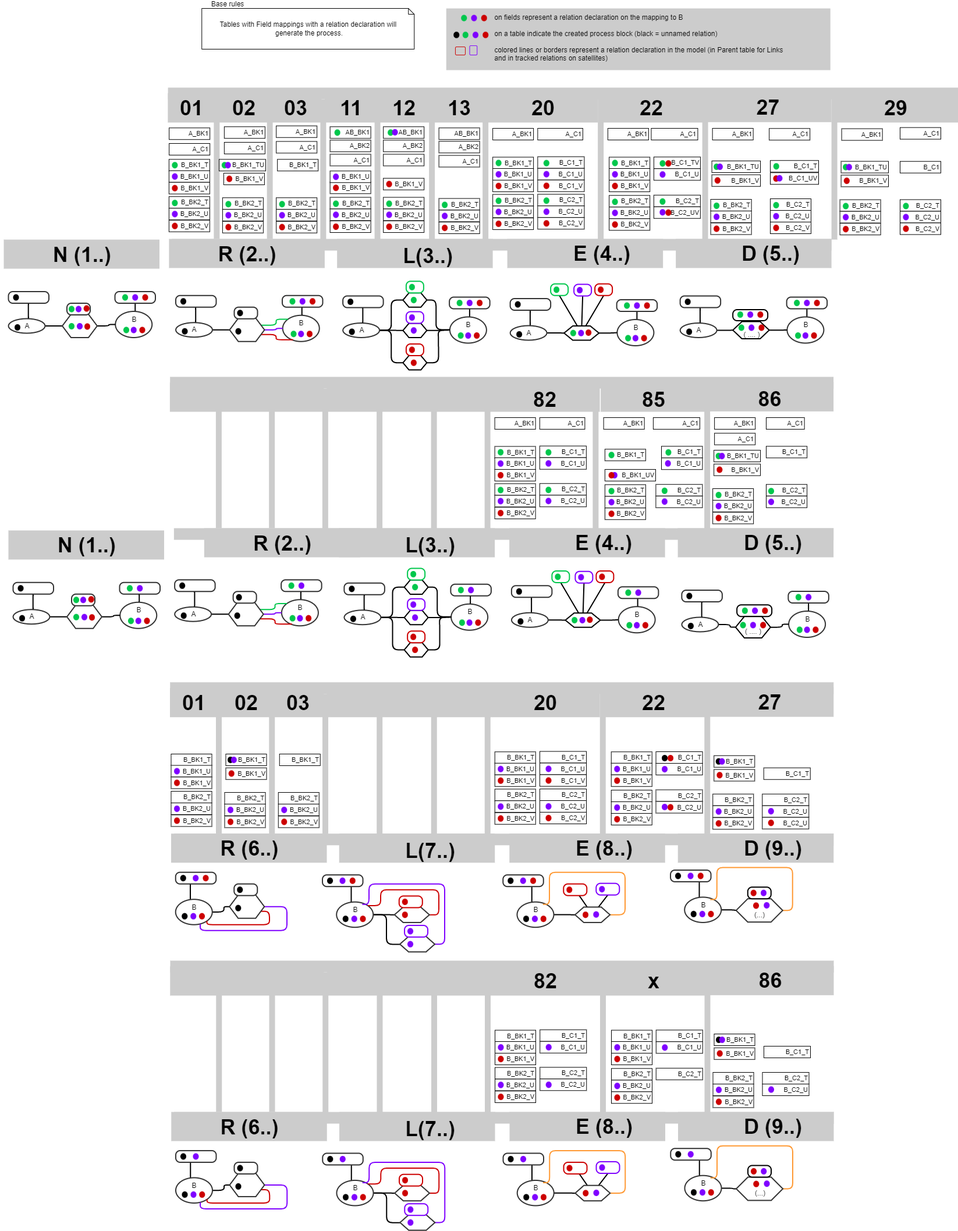
cimt-ag/data_vault_pipelinedescription keeps this draw.io diagram as documentation/images/relation_process_generation_scenarios.drawio.png. Above is the earlier version. Source tidied: cells renumbered, new cells last; positions are measured from the earlier drawing's top-left corner, leaving out a move shared by most shapes.
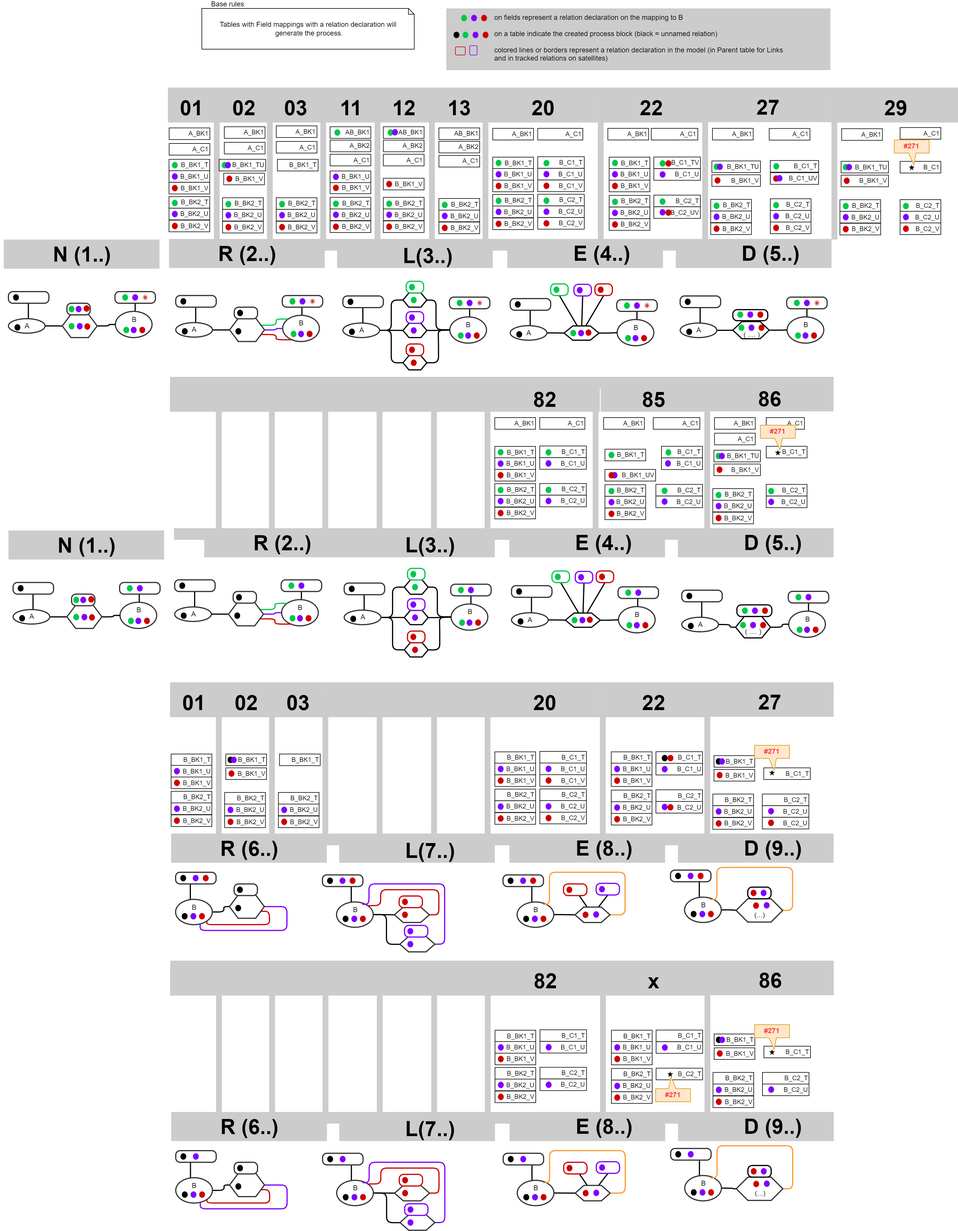
The same file after the commit.

Commit message:
Adapted test scenarios to changed concept

Diff of the diagram source:
```diff
@@ -160,7 +160,7 @@
     <mxCell id="49" style="ellipse;whiteSpace=wrap;html=1;strokeColor=none;fillColor=#cc0000;" parent="1" vertex="1">
       <mxGeometry x="233" y="561" width="10" height="11" as="geometry" />
     </mxCell>
-    <mxCell id="50" style="ellipse;whiteSpace=wrap;html=1;strokeColor=none;fillColor=#cc0000;" parent="1" vertex="1">
+    <mxCell id="50" style="ellipse;whiteSpace=wrap;html=1;strokeColor=none;fillColor=#cc0000;fillStyle=auto;gradientColor=#FCFCFC;gradientDirection=radial;" parent="1" vertex="1">
       <mxGeometry x="238" y="505" width="10" height="11" as="geometry" />
     </mxCell>
     <mxCell id="51" style="ellipse;whiteSpace=wrap;html=1;strokeColor=none;fillColor=#cc0000;fontSize=11;" parent="1" vertex="1">
@@ -251,7 +251,7 @@
     <mxCell id="73" style="ellipse;whiteSpace=wrap;html=1;strokeColor=none;fillColor=#cc0000;" parent="1" vertex="1">
       <mxGeometry x="807.6" y="570.5" width="10" height="11" as="geometry" />
     </mxCell>
-    <mxCell id="74" style="ellipse;whiteSpace=wrap;html=1;strokeColor=none;fillColor=#cc0000;" parent="1" vertex="1">
+    <mxCell id="74" style="ellipse;whiteSpace=wrap;html=1;strokeColor=none;fillColor=#cc0000;fillStyle=auto;gradientColor=#FCFCFC;gradientDirection=radial;" parent="1" vertex="1">
       <mxGeometry x="812.6" y="514.5" width="10" height="11" as="geometry" />
     </mxCell>
     <mxCell id="75" value="&lt;div style=&quot;width: 93.0px;height:auto;word-break: break-word;&quot;&gt;&lt;div align=&quot;center&quot;&gt;&lt;br&gt;&lt;/div&gt;&lt;/div&gt;" style="shape=rect;rounded=1;arcSize=15;absoluteArcSize=1;shadow=0;strokeWidth=2;fillColor=#FFFFFF;strokeColor=#00c74c;opacity=100.0;html=1;nl2Br=0;verticalAlign=middle;align=center;spacingLeft=2.0;spacingRight=0;whiteSpace=wrap;gliffyId=15;" parent="1" vertex="1">
@@ -376,7 +376,7 @@
     <mxCell id="110" style="ellipse;whiteSpace=wrap;html=1;strokeColor=none;fillColor=#cc0000;" parent="1" vertex="1">
       <mxGeometry x="1095.1" y="575" width="10" height="11" as="geometry" />
     </mxCell>
-    <mxCell id="111" style="ellipse;whiteSpace=wrap;html=1;strokeColor=none;fillColor=#cc0000;" parent="1" vertex="1">
+    <mxCell id="111" style="ellipse;whiteSpace=wrap;html=1;strokeColor=none;fillColor=#cc0000;fillStyle=auto;gradientColor=#FCFCFC;gradientDirection=radial;" parent="1" vertex="1">
       <mxGeometry x="1100.1" y="519" width="10" height="11" as="geometry" />
     </mxCell>
     <mxCell id="112" value="&lt;div style=&quot;width: 93.0px;height:auto;word-break: break-word;&quot;&gt;&lt;div align=&quot;center&quot;&gt;&lt;br&gt;&lt;/div&gt;&lt;/div&gt;" style="shape=rect;rounded=1;arcSize=15;absoluteArcSize=1;shadow=0;strokeWidth=2;fillColor=#FFFFFF;strokeColor=#00c74c;opacity=100.0;html=1;nl2Br=0;verticalAlign=middle;align=center;spacingLeft=2.0;spacingRight=0;whiteSpace=wrap;gliffyId=15;" parent="1" vertex="1">
@@ -465,7 +465,7 @@
     <mxCell id="135" style="ellipse;whiteSpace=wrap;html=1;strokeColor=none;fillColor=#cc0000;" parent="1" vertex="1">
       <mxGeometry x="1387.1" y="570.5" width="10" height="11" as="geometry" />
     </mxCell>
-    <mxCell id="136" style="ellipse;whiteSpace=wrap;html=1;strokeColor=none;fillColor=#cc0000;" parent="1" vertex="1">
+    <mxCell id="136" style="ellipse;whiteSpace=wrap;html=1;strokeColor=none;fillColor=#cc0000;fillStyle=auto;gradientColor=#FCFCFC;gradientDirection=radial;" parent="1" vertex="1">
       <mxGeometry x="1392.1" y="514.5" width="10" height="11" as="geometry" />
     </mxCell>
     <mxCell id="137" style="edgeStyle=orthogonalEdgeStyle;shape=filledEdge;rounded=1;jettySize=auto;html=1;entryX=0;entryY=0.5;entryDx=0;entryDy=0;labelBackgroundColor=default;strokeColor=#000000;strokeWidth=2;fontFamily=Helvetica;fontSize=11;fontColor=default;startArrow=none;startFill=0;endArrow=none;endFill=0;startSize=6;endSize=6;fillColor=none;" parent="1" edge="1" source="121" target="128">
@@ -2711,7 +2711,7 @@
     <mxCell id="804" style="ellipse;whiteSpace=wrap;html=1;strokeColor=none;fillColor=#cc0000;" parent="1" vertex="1">
       <mxGeometry x="520.5" y="567.8" width="10" height="11" as="geometry" />
     </mxCell>
-    <mxCell id="805" style="ellipse;whiteSpace=wrap;html=1;strokeColor=none;fillColor=#cc0000;" parent="1" vertex="1">
+    <mxCell id="805" style="ellipse;whiteSpace=wrap;html=1;strokeColor=none;fillColor=#cc0000;fillStyle=auto;gradientColor=#FCFCFC;gradientDirection=radial;" parent="1" vertex="1">
       <mxGeometry x="525.5" y="511.8" width="10" height="11" as="geometry" />
     </mxCell>
     <mxCell id="806" value="&lt;div style=&quot;width: 93.0px;height:auto;word-break: break-word;&quot;&gt;&lt;div align=&quot;center&quot;&gt;&lt;br&gt;&lt;/div&gt;&lt;/div&gt;" style="shape=rect;rounded=1;arcSize=15;absoluteArcSize=1;shadow=0;strokeWidth=2;fillColor=#FFFFFF;strokeColor=#333333;opacity=100.0;html=1;nl2Br=0;verticalAlign=middle;align=center;spacingLeft=2.0;spacingRight=0;whiteSpace=wrap;gliffyId=15;" parent="1" vertex="1">
@@ -2902,5 +2902,36 @@
     <mxCell id="863" style="ellipse;whiteSpace=wrap;html=1;strokeColor=none;fillColor=#00c74c;" parent="1" vertex="1">
       <mxGeometry x="119.5" y="1054.2" width="10" height="11" as="geometry" />
     </mxCell>
+    <mxCell id="864" style="verticalLabelPosition=bottom;verticalAlign=top;html=1;shape=mxgraph.basic.star;fillColor=#000000;strokeColor=none;direction=east;" parent="1" vertex="1">
+      <mxGeometry x="1555" y="282.1" width="10" height="10" as="geometry" />
+    </mxCell>
+    <mxCell id="865" style="verticalLabelPosition=bottom;verticalAlign=top;html=1;shape=mxgraph.basic.star;fillColor=#000000;strokeColor=none;direction=east;" parent="1" vertex="1">
+      <mxGeometry x="1325" y="772.1" width="10" height="10" as="geometry" />
+    </mxCell>
+    <mxCell id="866" style="verticalLabelPosition=bottom;verticalAlign=top;html=1;shape=mxgraph.basic.star;fillColor=#000000;strokeColor=none;direction=east;" parent="1" vertex="1">
+      <mxGeometry x="1315" y="1322.1" width="10" height="10" as="geometry" />
+    </mxCell>
+    <mxCell id="867" style="verticalLabelPosition=bottom;verticalAlign=top;html=1;shape=mxgraph.basic.star;fillColor=#000000;strokeColor=none;direction=east;" parent="1" vertex="1">
+      <mxGeometry x="1315" y="1802.1" width="10" height="10" as="geometry" />
+    </mxCell>
+    <mxCell id="868" style="verticalLabelPosition=bottom;verticalAlign=top;html=1;shape=mxgraph.basic.star;fillColor=#000000;strokeColor=none;direction=east;" parent="1" vertex="1">
+      <mxGeometry x="1140" y="1840" width="10" height="10" as="geometry" />
+    </mxCell>
+    <mxCell id="869" value="Change Marker" parent="0" />
+    <mxCell id="870" value="#271" style="shape=callout;whiteSpace=wrap;html=1;perimeter=calloutPerimeter;direction=east;fontStyle=1;fillColor=#ffe6cc;strokeColor=#d79b00;fontColor=#FF3333;base=13;position2=0.56;size=20;position=0.41;" parent="869" vertex="1">
+      <mxGeometry x="1530" y="240" width="60" height="42.5" as="geometry" />
+    </mxCell>
+    <mxCell id="871" value="#271" style="shape=callout;whiteSpace=wrap;html=1;perimeter=calloutPerimeter;direction=east;fontStyle=1;fillColor=#ffe6cc;strokeColor=#d79b00;fontColor=#FF3333;base=13;position2=0.56;size=20;position=0.41;" parent="869" vertex="1">
+      <mxGeometry x="1300" y="730" width="60" height="42.5" as="geometry" />
+    </mxCell>
+    <mxCell id="872" value="#271" style="shape=callout;whiteSpace=wrap;html=1;perimeter=calloutPerimeter;direction=east;fontStyle=1;fillColor=#ffe6cc;strokeColor=#d79b00;fontColor=#FF3333;base=13;position2=0.56;size=20;position=0.41;" parent="869" vertex="1">
+      <mxGeometry x="1290" y="1280" width="60" height="42.5" as="geometry" />
+    </mxCell>
+    <mxCell id="873" value="#271" style="shape=callout;whiteSpace=wrap;html=1;perimeter=calloutPerimeter;direction=east;fontStyle=1;fillColor=#ffe6cc;strokeColor=#d79b00;fontColor=#FF3333;base=13;position2=0.56;size=20;position=0.41;" parent="869" vertex="1">
+      <mxGeometry x="1290" y="1760" width="60" height="42.5" as="geometry" />
+    </mxCell>
+    <mxCell id="874" value="#271" style="shape=callout;whiteSpace=wrap;html=1;perimeter=calloutPerimeter;direction=west;fontStyle=1;fillColor=#ffe6cc;strokeColor=#d79b00;fontColor=#FF3333;base=13;position2=0.56;size=20;position=0.41;" parent="869" vertex="1">
+      <mxGeometry x="1120" y="1850" width="60" height="42.5" as="geometry" />
+    </mxCell>
   </root>
 </mxGraphModel>
```
